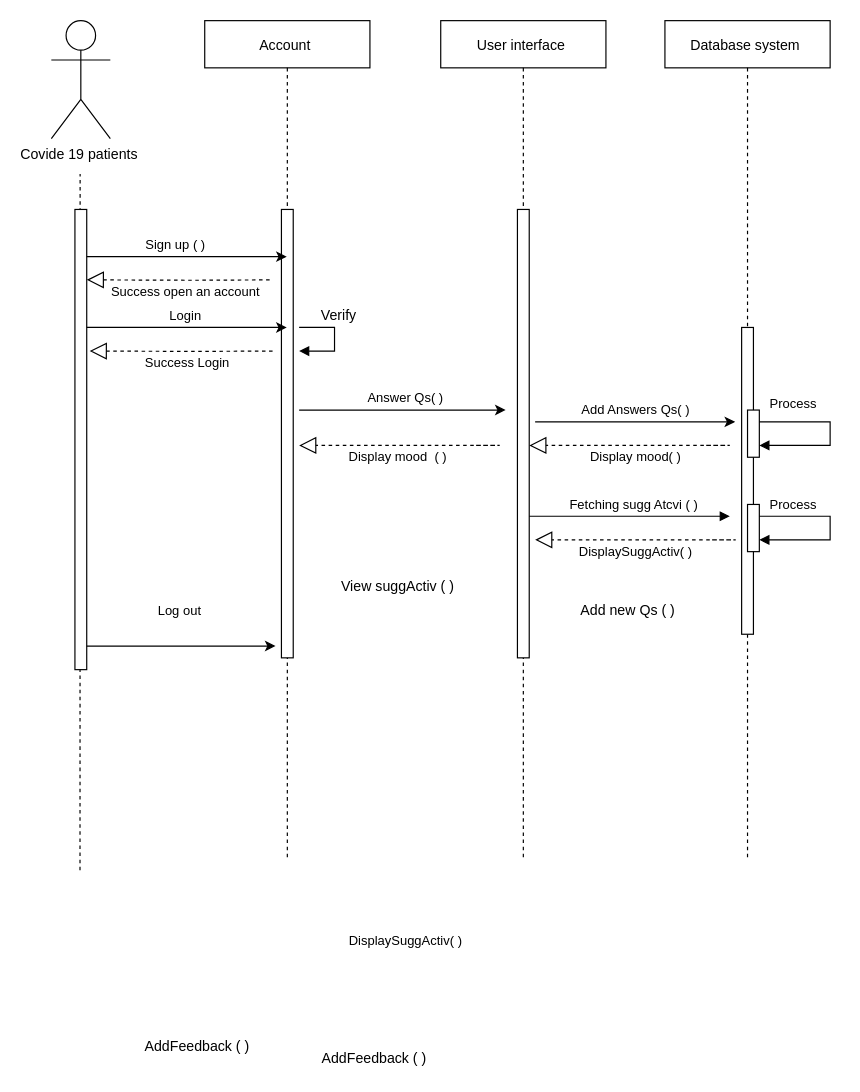
Above: SeqDia_GP.drawio in Alaa-salm/lolo (draw.io), before the change. Source tidied: cells renumbered, new cells numbered last; positions are measured from the earlier drawing's top-left corner, leaving out a move shared by most shapes. Both pictures are drawn from the tidied source at 118%, with x=0, y=0 at pixel (51, 20).
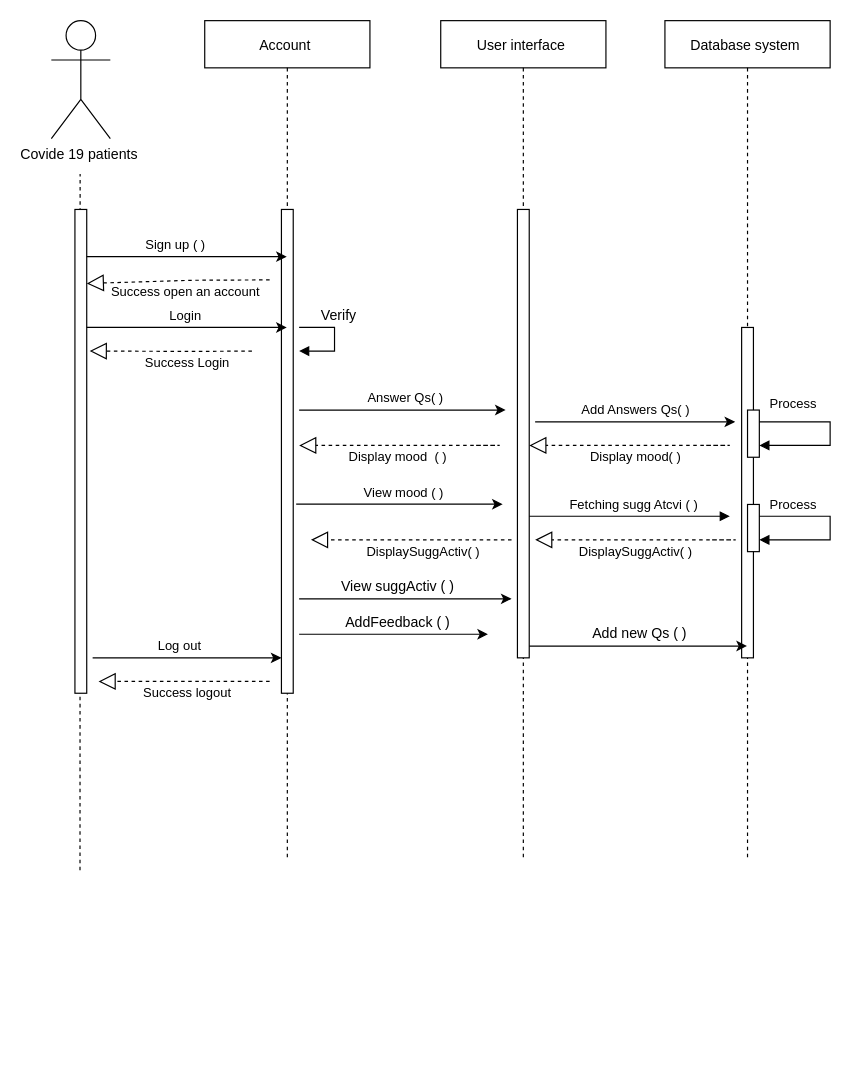
The same page after the edit.

The change refers to these unchanged cells:
```xml
<mxCell id="2" value="Database system " style="shape=umlLifeline;perimeter=lifelinePerimeter;rounded=0;shadow=0;strokeWidth=1;" parent="1" vertex="1">
  <mxGeometry x="520" width="140" height="710" as="geometry" />
</mxCell>
<mxCell id="21" value="Account " style="shape=umlLifeline;perimeter=lifelinePerimeter;rounded=0;shadow=0;strokeWidth=1;" parent="1" vertex="1">
  <mxGeometry x="130" width="140" height="710" as="geometry" />
</mxCell>
```

Diff of the diagram source:
```diff
@@
     <mxCell id="3" style="perimeter=orthogonalPerimeter;rounded=0;shadow=0;strokeWidth=1;" parent="2" vertex="1">
-      <mxGeometry x="65" y="260" width="10" height="260" as="geometry" />
+      <mxGeometry x="65" y="260" width="10" height="280" as="geometry" />
     </mxCell>
@@
+    <mxCell id="47" style="endArrow=classic;html=1;rounded=0;fontSize=11;" parent="2" edge="1" target="2">
+      <mxGeometry relative="1" as="geometry">
+        <mxPoint x="-120" y="530" as="sourcePoint" />
+      </mxGeometry>
+    </mxCell>
@@
     <mxCell id="20" style="html=1;points=[];perimeter=orthogonalPerimeter;labelBorderColor=none;" parent="1" vertex="1">
-      <mxGeometry x="20" y="160" width="10" height="390" as="geometry" />
+      <mxGeometry x="20" y="160" width="10" height="410" as="geometry" />
     </mxCell>
@@
     <mxCell id="22" style="perimeter=orthogonalPerimeter;rounded=0;shadow=0;strokeWidth=1;" parent="21" vertex="1">
-      <mxGeometry x="65" y="160" width="10" height="380" as="geometry" />
+      <mxGeometry x="65" y="160" width="10" height="410" as="geometry" />
     </mxCell>
@@
+    <mxCell id="48" value="Success logout" style="text;html=1;align=center;verticalAlign=middle;strokeColor=none;fillColor=none;fontSize=11;" parent="21" vertex="1">
+      <mxGeometry x="-60" y="560" width="90" height="20" as="geometry" />
+    </mxCell>
     <mxCell id="26" value="&lt;span&gt;AddFeedback ( )&amp;nbsp;&lt;/span&gt;" style="text;html=1;align=center;verticalAlign=middle;strokeColor=none;fillColor=none;" parent="1" vertex="1">
-      <mxGeometry x="70" y="860" width="110" height="20" as="geometry" />
+      <mxGeometry x="240" y="500" width="110" height="20" as="geometry" />
     </mxCell>
     <mxCell id="27" value="Add new Qs ( )&amp;nbsp;" style="text;html=1;align=center;verticalAlign=middle;strokeColor=none;fillColor=none;" parent="1" vertex="1">
-      <mxGeometry x="440" y="490" width="100" height="20" as="geometry" />
+      <mxGeometry x="450" y="510" width="100" height="20" as="geometry" />
     </mxCell>
@@
     <mxCell id="35" style="endArrow=block;dashed=1;endFill=0;endSize=12;html=1;rounded=0;fontSize=11;entryX=1;entryY=0.153;entryDx=0;entryDy=0;entryPerimeter=0;" parent="1" edge="1">
       <mxGeometry relative="1" as="geometry">
-        <mxPoint x="187.5" y="280" as="sourcePoint" />
+        <mxPoint x="170" y="280" as="sourcePoint" />
         <mxPoint x="32.5" y="280" as="targetPoint" />
         <Array as="points">
           <mxPoint x="122.5" y="280.3" />
         </Array>
       </mxGeometry>
     </mxCell>
     <mxCell id="36" value="Log out&amp;nbsp;" style="text;html=1;align=center;verticalAlign=middle;strokeColor=none;fillColor=none;fontSize=11;" parent="1" vertex="1">
-      <mxGeometry x="80" y="490" width="60" height="20" as="geometry" />
+      <mxGeometry x="80" y="520" width="60" height="20" as="geometry" />
     </mxCell>
-    <mxCell id="37" style="endArrow=classic;html=1;rounded=0;fontSize=11;" parent="1" edge="1">
-      <mxGeometry relative="1" as="geometry">
-        <mxPoint x="30" y="530" as="sourcePoint" />
-        <mxPoint x="190" y="530" as="targetPoint" />
-      </mxGeometry>
-    </mxCell>
@@
-    <mxCell id="44" value="AddFeedback ( )&amp;nbsp;" style="text;html=1;align=center;verticalAlign=middle;strokeColor=none;fillColor=none;" parent="1" vertex="1">
-      <mxGeometry x="220" y="870" width="110" height="20" as="geometry" />
-    </mxCell>
@@
     <mxCell id="46" value="&lt;span style=&quot;background-color: rgb(255 , 255 , 255)&quot;&gt;DisplaySuggActiv( )&lt;/span&gt;" style="text;html=1;align=center;verticalAlign=middle;strokeColor=none;fillColor=none;fontSize=11;" parent="1" vertex="1">
-      <mxGeometry x="245" y="770" width="110" height="20" as="geometry" />
+      <mxGeometry x="260" y="440" width="110" height="20" as="geometry" />
     </mxCell>
+    <mxCell id="49" style="endArrow=block;dashed=1;endFill=0;endSize=12;html=1;rounded=0;fontSize=11;" parent="1" edge="1">
+      <mxGeometry relative="1" as="geometry">
+        <mxPoint x="390" y="440" as="sourcePoint" />
+        <mxPoint x="220" y="440" as="targetPoint" />
+      </mxGeometry>
+    </mxCell>
+    <mxCell id="50" style="endArrow=classic;html=1;rounded=0;fontSize=11;" parent="1" edge="1">
+      <mxGeometry relative="1" as="geometry">
+        <mxPoint x="210" y="490" as="sourcePoint" />
+        <mxPoint x="390" y="490" as="targetPoint" />
+      </mxGeometry>
+    </mxCell>
+    <mxCell id="51" style="endArrow=classic;html=1;rounded=0;fontSize=11;" parent="1" edge="1">
+      <mxGeometry relative="1" as="geometry">
+        <mxPoint x="207.5" y="409.8" as="sourcePoint" />
+        <mxPoint x="382.5" y="409.8" as="targetPoint" />
+      </mxGeometry>
+    </mxCell>
+    <mxCell id="52" value="View mood ( )&amp;nbsp;" style="text;html=1;align=center;verticalAlign=middle;strokeColor=none;fillColor=none;fontSize=11;" parent="1" vertex="1">
+      <mxGeometry x="255" y="390" width="90" height="20" as="geometry" />
+    </mxCell>
+    <mxCell id="53" style="endArrow=classic;html=1;rounded=0;fontSize=11;" parent="1" edge="1">
+      <mxGeometry relative="1" as="geometry">
+        <mxPoint x="210" y="520" as="sourcePoint" />
+        <mxPoint x="370" y="520" as="targetPoint" />
+      </mxGeometry>
+    </mxCell>
+    <mxCell id="37" style="endArrow=classic;html=1;rounded=0;fontSize=11;" parent="1" edge="1">
+      <mxGeometry relative="1" as="geometry">
+        <mxPoint x="35" y="540" as="sourcePoint" />
+        <mxPoint x="195" y="540" as="targetPoint" />
+      </mxGeometry>
+    </mxCell>
+    <mxCell id="54" style="endArrow=block;dashed=1;endFill=0;endSize=12;html=1;rounded=0;fontSize=11;" parent="1" edge="1">
+      <mxGeometry relative="1" as="geometry">
+        <mxPoint x="185" y="560" as="sourcePoint" />
+        <mxPoint x="40" y="560" as="targetPoint" />
+      </mxGeometry>
+    </mxCell>
```
